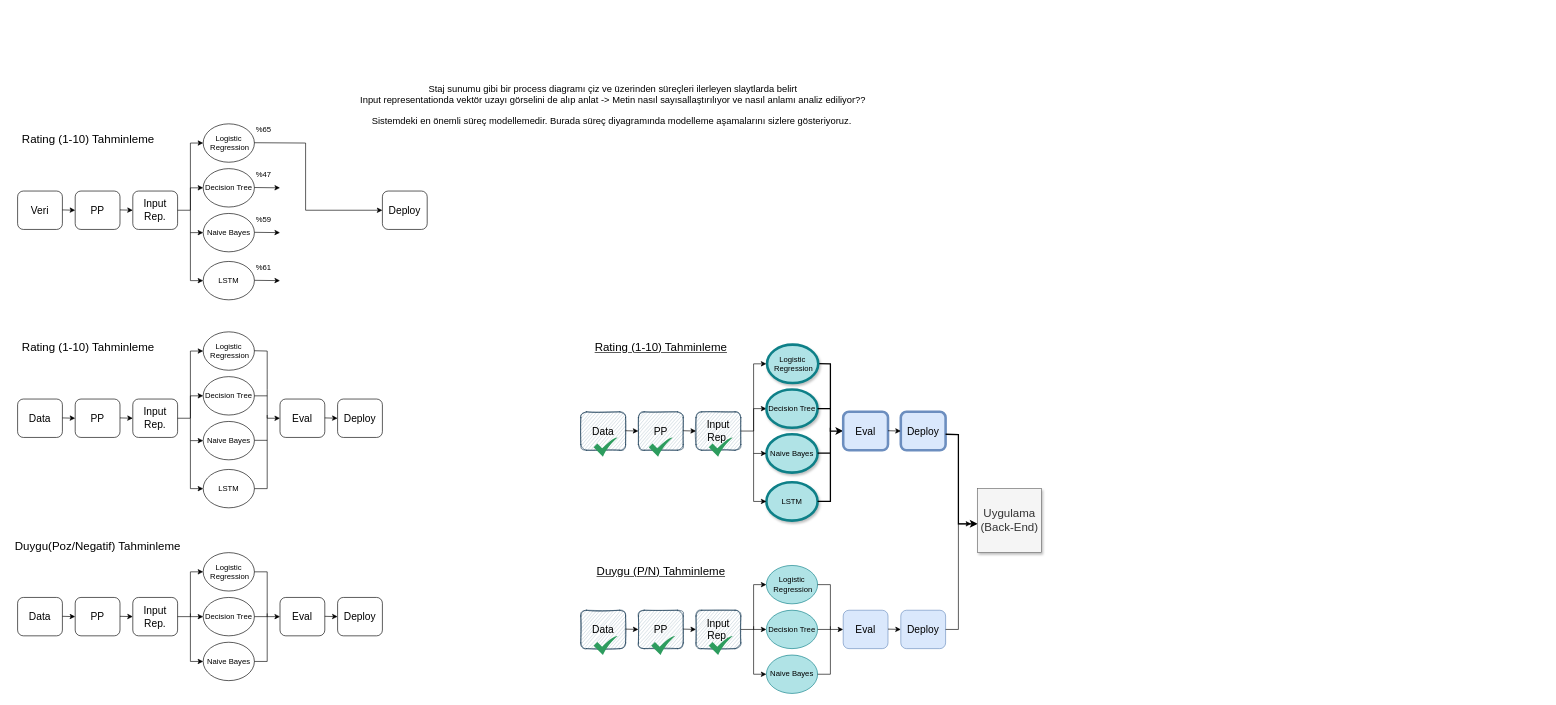
Before: gradProjectProcesses.drawio in EgehanEralp/diagrams, a draw.io diagram. Source tidied: cells renumbered, new cells numbered last; positions are measured from the earlier drawing's top-left corner, leaving out a move shared by most shapes. Both pictures are drawn from the tidied source at 64%, with x=0, y=0 at pixel (11, 85). Pictures stored in the file or linked from it are replaced by grey dashed boxes.
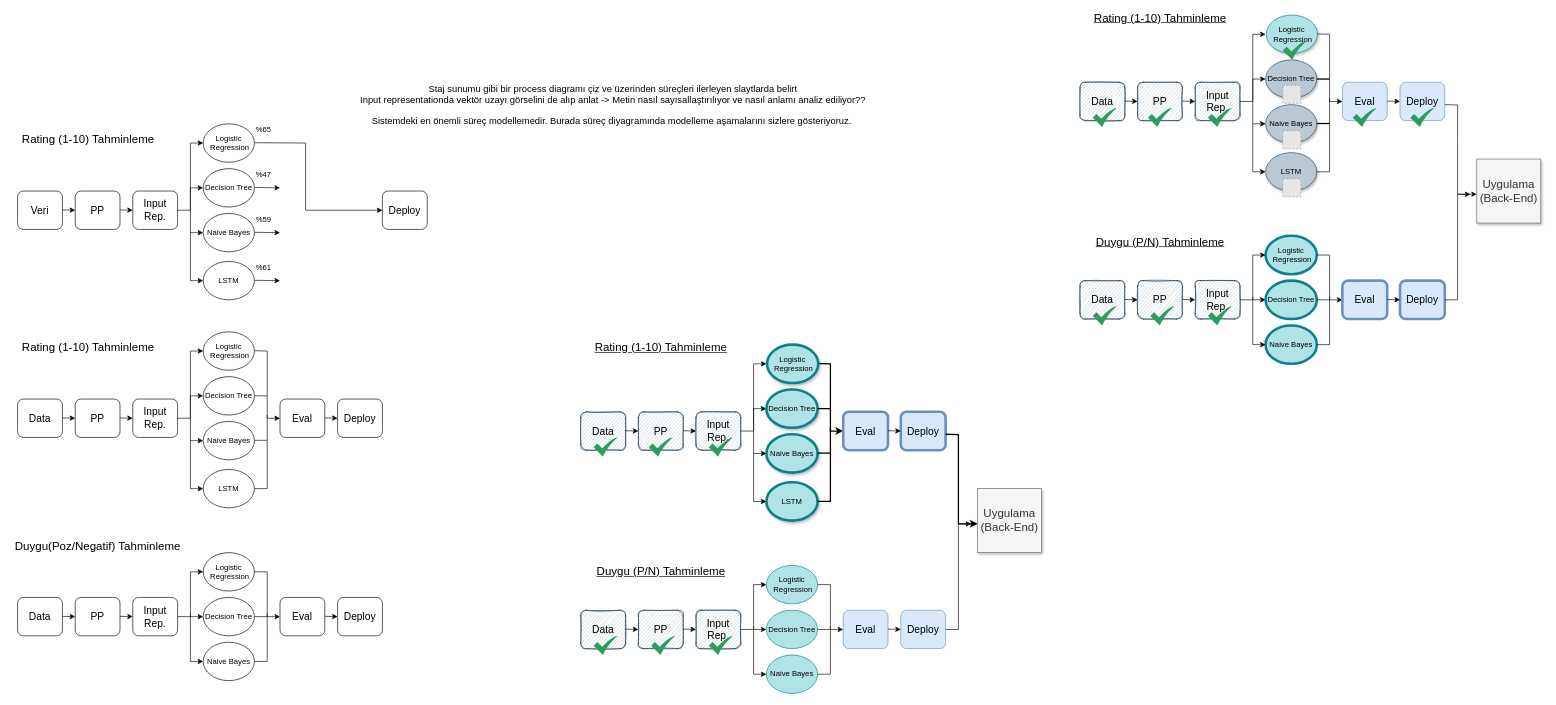
After the change.

What changed in the source:
```diff
@@
+    <mxCell id="113" value="&lt;font size=&quot;3&quot;&gt;Data&lt;/font&gt;" style="rounded=1;whiteSpace=wrap;html=1;fillColor=#bac8d3;sketch=1;strokeColor=#23445d;" parent="1" vertex="1">
+      <mxGeometry x="1670" y="-5" width="70" height="60" as="geometry" />
+    </mxCell>
+    <mxCell id="114" value="&lt;font size=&quot;3&quot;&gt;PP&lt;/font&gt;" style="rounded=1;whiteSpace=wrap;html=1;fillColor=#bac8d3;strokeColor=#23445d;sketch=1;" parent="1" vertex="1">
+      <mxGeometry x="1760" y="-5" width="70" height="60" as="geometry" />
+    </mxCell>
+    <mxCell id="115" value="&lt;font size=&quot;3&quot;&gt;Input Rep.&lt;/font&gt;" style="rounded=1;whiteSpace=wrap;html=1;fillColor=#bac8d3;strokeColor=#23445d;shadow=0;sketch=1;" parent="1" vertex="1">
+      <mxGeometry x="1850" y="-5" width="70" height="60" as="geometry" />
+    </mxCell>
+    <mxCell id="116" value="&lt;font style=&quot;font-size: 18px&quot;&gt;&lt;u&gt;Rating (1-10) Tahminleme&lt;/u&gt;&lt;/font&gt;" style="text;html=1;align=center;verticalAlign=middle;strokeColor=none;" parent="1" vertex="1">
+      <mxGeometry x="1685" y="-115" width="220" height="20" as="geometry" />
+    </mxCell>
+    <mxCell id="117" style="endArrow=classic;html=1;exitX=1;exitY=0.5;exitDx=0;exitDy=0;" parent="1" edge="1">
+      <mxGeometry relative="1" as="geometry">
+        <mxPoint x="1830" y="24.5" as="sourcePoint" />
+        <mxPoint x="1850" y="25" as="targetPoint" />
+      </mxGeometry>
+    </mxCell>
+    <mxCell id="118" style="endArrow=classic;html=1;exitX=1;exitY=0.5;exitDx=0;exitDy=0;" parent="1" edge="1">
+      <mxGeometry relative="1" as="geometry">
+        <mxPoint x="1740" y="24.5" as="sourcePoint" />
+        <mxPoint x="1760" y="25" as="targetPoint" />
+      </mxGeometry>
+    </mxCell>
+    <mxCell id="119" style="endArrow=classic;html=1;exitX=1;exitY=0.5;exitDx=0;exitDy=0;entryX=0;entryY=0.5;entryDx=0;entryDy=0;rounded=0;" parent="1" edge="1" target="120">
+      <mxGeometry relative="1" as="geometry">
+        <mxPoint x="1920" y="25" as="sourcePoint" />
+        <Array as="points">
+          <mxPoint x="1940" y="25" />
+          <mxPoint x="1940" y="-10" />
+        </Array>
+      </mxGeometry>
+    </mxCell>
+    <mxCell id="120" value="Decision Tree" style="ellipse;whiteSpace=wrap;html=1;fillColor=#bac8d3;strokeColor=#23445d;shadow=1;strokeWidth=1;perimeterSpacing=0;" parent="1" vertex="1">
+      <mxGeometry x="1960" y="-40" width="80" height="60" as="geometry" />
+    </mxCell>
+    <mxCell id="121" value="Naive Bayes" style="ellipse;whiteSpace=wrap;html=1;fillColor=#bac8d3;strokeColor=#23445d;shadow=1;strokeWidth=1;perimeterSpacing=0;" parent="1" vertex="1">
+      <mxGeometry x="1960" y="30" width="80" height="60" as="geometry" />
+    </mxCell>
+    <mxCell id="122" value="LSTM" style="ellipse;whiteSpace=wrap;html=1;fillColor=#bac8d3;strokeColor=#23445d;shadow=1;strokeWidth=1;perimeterSpacing=0;" parent="1" vertex="1">
+      <mxGeometry x="1960" y="105" width="80" height="60" as="geometry" />
+    </mxCell>
+    <mxCell id="123" style="endArrow=classic;html=1;entryX=0;entryY=0.5;entryDx=0;entryDy=0;" parent="1" edge="1" target="121">
+      <mxGeometry relative="1" as="geometry">
+        <mxPoint x="1940" y="60" as="sourcePoint" />
+      </mxGeometry>
+    </mxCell>
+    <mxCell id="124" style="endArrow=classic;html=1;entryX=0;entryY=0.5;entryDx=0;entryDy=0;rounded=0;" parent="1" edge="1" target="122">
+      <mxGeometry relative="1" as="geometry">
+        <mxPoint x="1940" y="25" as="sourcePoint" />
+        <Array as="points">
+          <mxPoint x="1940" y="135" />
+        </Array>
+      </mxGeometry>
+    </mxCell>
+    <mxCell id="125" style="endArrow=classic;html=1;rounded=0;entryX=0;entryY=0.5;entryDx=0;entryDy=0;" parent="1" edge="1">
+      <mxGeometry relative="1" as="geometry">
+        <mxPoint x="1940" y="25" as="sourcePoint" />
+        <mxPoint x="1960" y="-80" as="targetPoint" />
+        <Array as="points">
+          <mxPoint x="1940" y="-80" />
+        </Array>
+      </mxGeometry>
+    </mxCell>
+    <mxCell id="126" style="endArrow=classic;html=1;exitX=1;exitY=0.5;exitDx=0;exitDy=0;entryX=0;entryY=0.5;entryDx=0;entryDy=0;rounded=0;strokeWidth=1;" parent="1" edge="1" target="127">
+      <mxGeometry relative="1" as="geometry">
+        <mxPoint x="2040" y="-80.5" as="sourcePoint" />
+        <Array as="points">
+          <mxPoint x="2060" y="-80" />
+          <mxPoint x="2060" y="-20" />
+          <mxPoint x="2060" y="25" />
+        </Array>
+      </mxGeometry>
+    </mxCell>
+    <mxCell id="127" value="&lt;font size=&quot;3&quot;&gt;Eval&lt;/font&gt;" style="rounded=1;whiteSpace=wrap;html=1;fillColor=#dae8fc;strokeColor=#6c8ebf;strokeWidth=1;" parent="1" vertex="1">
+      <mxGeometry x="2080" y="-5" width="70" height="60" as="geometry" />
+    </mxCell>
+    <mxCell id="128" style="endArrow=none;html=1;exitX=1;exitY=0.5;exitDx=0;exitDy=0;strokeWidth=2;" parent="1" edge="1" source="120">
+      <mxGeometry relative="1" as="geometry">
+        <mxPoint x="2060" y="-10" as="targetPoint" />
+      </mxGeometry>
+    </mxCell>
+    <mxCell id="129" style="endArrow=none;html=1;exitX=1;exitY=0.5;exitDx=0;exitDy=0;rounded=0;strokeWidth=1;" parent="1" edge="1" source="122">
+      <mxGeometry relative="1" as="geometry">
+        <mxPoint x="2060" y="20" as="targetPoint" />
+        <Array as="points">
+          <mxPoint x="2060" y="135" />
+        </Array>
+      </mxGeometry>
+    </mxCell>
+    <mxCell id="130" style="endArrow=none;html=1;exitX=1;exitY=0.5;exitDx=0;exitDy=0;strokeWidth=2;" parent="1" edge="1">
+      <mxGeometry relative="1" as="geometry">
+        <mxPoint x="2040" y="59.5" as="sourcePoint" />
+        <mxPoint x="2060" y="59.5" as="targetPoint" />
+      </mxGeometry>
+    </mxCell>
+    <mxCell id="131" value="&lt;font size=&quot;3&quot;&gt;Deploy&lt;/font&gt;" style="rounded=1;whiteSpace=wrap;html=1;fillColor=#dae8fc;strokeColor=#6c8ebf;strokeWidth=1;" parent="1" vertex="1">
+      <mxGeometry x="2170" y="-5" width="70" height="60" as="geometry" />
+    </mxCell>
+    <mxCell id="132" style="endArrow=classic;html=1;exitX=1;exitY=0.5;exitDx=0;exitDy=0;" parent="1" edge="1">
+      <mxGeometry relative="1" as="geometry">
+        <mxPoint x="2150" y="24.5" as="sourcePoint" />
+        <mxPoint x="2170" y="25" as="targetPoint" />
+      </mxGeometry>
+    </mxCell>
+    <mxCell id="133" value="&lt;font size=&quot;3&quot;&gt;Data&lt;/font&gt;" style="rounded=1;whiteSpace=wrap;html=1;fillColor=#bac8d3;strokeColor=#23445d;shadow=0;sketch=1;" parent="1" vertex="1">
+      <mxGeometry x="1670" y="305" width="70" height="60" as="geometry" />
+    </mxCell>
+    <mxCell id="134" value="&lt;font size=&quot;3&quot;&gt;PP&lt;/font&gt;" style="rounded=1;whiteSpace=wrap;html=1;fillColor=#bac8d3;strokeColor=#23445d;shadow=0;sketch=1;" parent="1" vertex="1">
+      <mxGeometry x="1760" y="305" width="70" height="60" as="geometry" />
+    </mxCell>
+    <mxCell id="135" value="&lt;font size=&quot;3&quot;&gt;Input Rep.&lt;/font&gt;" style="rounded=1;whiteSpace=wrap;html=1;fillColor=#bac8d3;strokeColor=#23445d;shadow=0;sketch=1;" parent="1" vertex="1">
+      <mxGeometry x="1850" y="305" width="70" height="60" as="geometry" />
+    </mxCell>
+    <mxCell id="136" value="&lt;font style=&quot;font-size: 18px&quot;&gt;&lt;u&gt;Duygu (P/N) Tahminleme&lt;/u&gt;&lt;/font&gt;" style="text;html=1;align=center;verticalAlign=middle;strokeColor=none;" parent="1" vertex="1">
+      <mxGeometry x="1690" y="235" width="210" height="20" as="geometry" />
+    </mxCell>
+    <mxCell id="137" style="endArrow=classic;html=1;exitX=1;exitY=0.5;exitDx=0;exitDy=0;" parent="1" edge="1">
+      <mxGeometry relative="1" as="geometry">
+        <mxPoint x="1830" y="334.5" as="sourcePoint" />
+        <mxPoint x="1850" y="335" as="targetPoint" />
+      </mxGeometry>
+    </mxCell>
+    <mxCell id="138" style="endArrow=classic;html=1;exitX=1;exitY=0.5;exitDx=0;exitDy=0;" parent="1" edge="1">
+      <mxGeometry relative="1" as="geometry">
+        <mxPoint x="1740" y="334.5" as="sourcePoint" />
+        <mxPoint x="1760" y="335" as="targetPoint" />
+      </mxGeometry>
+    </mxCell>
+    <mxCell id="139" style="endArrow=classic;html=1;exitX=1;exitY=0.5;exitDx=0;exitDy=0;entryX=0;entryY=0.5;entryDx=0;entryDy=0;rounded=0;" parent="1" edge="1" target="140">
+      <mxGeometry relative="1" as="geometry">
+        <mxPoint x="1920" y="335" as="sourcePoint" />
+        <Array as="points">
+          <mxPoint x="1940" y="335" />
+        </Array>
+      </mxGeometry>
+    </mxCell>
+    <mxCell id="140" value="Decision Tree" style="ellipse;whiteSpace=wrap;html=1;fillColor=#b0e3e6;strokeColor=#0e8088;strokeWidth=4;" parent="1" vertex="1">
+      <mxGeometry x="1960" y="305" width="80" height="60" as="geometry" />
+    </mxCell>
+    <mxCell id="141" value="Naive Bayes" style="ellipse;whiteSpace=wrap;html=1;fillColor=#b0e3e6;strokeColor=#0e8088;strokeWidth=4;" parent="1" vertex="1">
+      <mxGeometry x="1960" y="375" width="80" height="60" as="geometry" />
+    </mxCell>
+    <mxCell id="142" value="Logistic &amp;nbsp;Regression" style="ellipse;whiteSpace=wrap;html=1;fillColor=#b0e3e6;strokeColor=#0e8088;strokeWidth=4;" parent="1" vertex="1">
+      <mxGeometry x="1960" y="235" width="80" height="60" as="geometry" />
+    </mxCell>
+    <mxCell id="143" style="endArrow=classic;html=1;entryX=0;entryY=0.5;entryDx=0;entryDy=0;rounded=0;" parent="1" edge="1" target="141">
+      <mxGeometry relative="1" as="geometry">
+        <mxPoint x="1940" y="330" as="sourcePoint" />
+        <Array as="points">
+          <mxPoint x="1940" y="405" />
+        </Array>
+      </mxGeometry>
+    </mxCell>
+    <mxCell id="144" style="endArrow=classic;html=1;rounded=0;entryX=0;entryY=0.5;entryDx=0;entryDy=0;" parent="1" edge="1" target="142">
+      <mxGeometry relative="1" as="geometry">
+        <mxPoint x="1940" y="335" as="sourcePoint" />
+        <Array as="points">
+          <mxPoint x="1940" y="265" />
+        </Array>
+      </mxGeometry>
+    </mxCell>
+    <mxCell id="145" style="endArrow=classic;html=1;exitX=1;exitY=0.5;exitDx=0;exitDy=0;entryX=0;entryY=0.5;entryDx=0;entryDy=0;rounded=0;" parent="1" edge="1" source="142" target="146">
+      <mxGeometry relative="1" as="geometry">
+        <Array as="points">
+          <mxPoint x="2060" y="265" />
+          <mxPoint x="2060" y="335" />
+        </Array>
+      </mxGeometry>
+    </mxCell>
+    <mxCell id="146" value="&lt;font size=&quot;3&quot;&gt;Eval&lt;/font&gt;" style="rounded=1;whiteSpace=wrap;html=1;fillColor=#dae8fc;strokeColor=#6c8ebf;strokeWidth=4;" parent="1" vertex="1">
+      <mxGeometry x="2080" y="305" width="70" height="60" as="geometry" />
+    </mxCell>
+    <mxCell id="147" style="endArrow=none;html=1;exitX=1;exitY=0.5;exitDx=0;exitDy=0;" parent="1" edge="1" source="140">
+      <mxGeometry relative="1" as="geometry">
+        <mxPoint x="2060" y="335" as="targetPoint" />
+      </mxGeometry>
+    </mxCell>
+    <mxCell id="148" style="endArrow=none;html=1;exitX=1;exitY=0.5;exitDx=0;exitDy=0;rounded=0;" parent="1" edge="1" source="141">
+      <mxGeometry relative="1" as="geometry">
+        <mxPoint x="2060" y="330" as="targetPoint" />
+        <Array as="points">
+          <mxPoint x="2060" y="405" />
+        </Array>
+      </mxGeometry>
+    </mxCell>
+    <mxCell id="149" value="&lt;font size=&quot;3&quot;&gt;Deploy&lt;/font&gt;" style="rounded=1;whiteSpace=wrap;html=1;fillColor=#dae8fc;strokeColor=#6c8ebf;strokeWidth=4;" parent="1" vertex="1">
+      <mxGeometry x="2170" y="305" width="70" height="60" as="geometry" />
+    </mxCell>
+    <mxCell id="150" style="endArrow=classic;html=1;exitX=1;exitY=0.5;exitDx=0;exitDy=0;" parent="1" edge="1">
+      <mxGeometry relative="1" as="geometry">
+        <mxPoint x="2150" y="334.5" as="sourcePoint" />
+        <mxPoint x="2170" y="335" as="targetPoint" />
+      </mxGeometry>
+    </mxCell>
+    <mxCell id="151" value="Logistic &amp;nbsp;Regression" style="ellipse;whiteSpace=wrap;html=1;fillColor=#b0e3e6;strokeColor=#0e8088;shadow=1;strokeWidth=1;perimeterSpacing=0;sketch=0;" parent="1" vertex="1">
+      <mxGeometry x="1961" y="-110" width="80" height="60" as="geometry" />
+    </mxCell>
+    <mxCell id="152" style="endArrow=classic;html=1;exitX=1;exitY=0.5;exitDx=0;exitDy=0;rounded=0;strokeWidth=1;" parent="1" edge="1">
+      <mxGeometry relative="1" as="geometry">
+        <mxPoint x="2240" y="30" as="sourcePoint" />
+        <mxPoint x="2290" y="170" as="targetPoint" />
+        <Array as="points">
+          <mxPoint x="2260" y="30.5" />
+          <mxPoint x="2260" y="90.5" />
+          <mxPoint x="2260" y="170" />
+        </Array>
+      </mxGeometry>
+    </mxCell>
+    <mxCell id="153" value="&lt;font style=&quot;font-size: 18px&quot;&gt;Uygulama (Back-End)&lt;/font&gt;" style="whiteSpace=wrap;html=1;fillColor=#f5f5f5;strokeColor=#666666;fontColor=#333333;glass=0;rounded=0;shadow=1;" parent="1" vertex="1">
+      <mxGeometry x="2290" y="115" width="100" height="100" as="geometry" />
+    </mxCell>
+    <mxCell id="154" style="endArrow=classic;html=1;exitX=1;exitY=0.5;exitDx=0;exitDy=0;rounded=0;" parent="1" edge="1" source="149">
+      <mxGeometry relative="1" as="geometry">
+        <mxPoint x="2280" y="170" as="targetPoint" />
+        <Array as="points">
+          <mxPoint x="2260" y="335" />
+          <mxPoint x="2260" y="170" />
+          <mxPoint x="2270" y="170" />
+        </Array>
+      </mxGeometry>
+    </mxCell>
+    <mxCell id="155" style="html=1;strokeColor=none;shadow=0;align=center;verticalAlign=top;fillColor=#2D9C5E;shape=mxgraph.gcp2.check;rounded=0;glass=0;sketch=0;" parent="1" vertex="1">
+      <mxGeometry x="1690" y="35" width="37.5" height="30" as="geometry" />
+    </mxCell>
+    <mxCell id="156" style="html=1;strokeColor=none;shadow=0;align=center;verticalAlign=top;fillColor=#2D9C5E;shape=mxgraph.gcp2.check;rounded=0;glass=0;sketch=0;" parent="1" vertex="1">
+      <mxGeometry x="1870" y="345" width="37.5" height="30" as="geometry" />
+    </mxCell>
+    <mxCell id="157" style="html=1;strokeColor=none;shadow=0;align=center;verticalAlign=top;fillColor=#2D9C5E;shape=mxgraph.gcp2.check;rounded=0;glass=0;sketch=0;" parent="1" vertex="1">
+      <mxGeometry x="1780" y="345" width="37.5" height="30" as="geometry" />
+    </mxCell>
+    <mxCell id="158" style="html=1;strokeColor=none;shadow=0;align=center;verticalAlign=top;fillColor=#2D9C5E;shape=mxgraph.gcp2.check;rounded=0;glass=0;sketch=0;" parent="1" vertex="1">
+      <mxGeometry x="1690" y="345" width="37.5" height="30" as="geometry" />
+    </mxCell>
+    <mxCell id="159" style="html=1;strokeColor=none;shadow=0;align=center;verticalAlign=top;fillColor=#2D9C5E;shape=mxgraph.gcp2.check;rounded=0;glass=0;sketch=0;" parent="1" vertex="1">
+      <mxGeometry x="1776.2" y="35" width="37.5" height="30" as="geometry" />
+    </mxCell>
+    <mxCell id="160" style="html=1;strokeColor=none;shadow=0;align=center;verticalAlign=top;fillColor=#2D9C5E;shape=mxgraph.gcp2.check;rounded=0;glass=0;sketch=0;" parent="1" vertex="1">
+      <mxGeometry x="1870" y="35" width="37.5" height="30" as="geometry" />
+    </mxCell>
+    <mxCell id="161" style="fillColor=#E6E6E6;strokeColor=#999999;dashed=1;html=1;verticalAlign=top;verticalLabelPosition=bottom;labelBackgroundColor=#ffffff;" parent="1" vertex="1">
+      <mxGeometry x="1987" y="146" width="28" height="28" as="geometry" />
+    </mxCell>
+    <mxCell id="162" style="fillColor=#E6E6E6;strokeColor=#999999;dashed=1;html=1;verticalAlign=top;verticalLabelPosition=bottom;labelBackgroundColor=#ffffff;" parent="1" vertex="1">
+      <mxGeometry x="1987" y="71" width="28" height="28" as="geometry" />
+    </mxCell>
+    <mxCell id="163" style="fillColor=#E6E6E6;strokeColor=#999999;dashed=1;html=1;verticalAlign=top;verticalLabelPosition=bottom;labelBackgroundColor=#ffffff;" parent="1" vertex="1">
+      <mxGeometry x="1987" width="28" height="28" as="geometry" />
+    </mxCell>
+    <mxCell id="164" style="html=1;strokeColor=none;shadow=0;align=center;verticalAlign=top;fillColor=#2D9C5E;shape=mxgraph.gcp2.check;rounded=0;glass=0;sketch=0;" parent="1" vertex="1">
+      <mxGeometry x="1987" y="-70" width="37.5" height="30" as="geometry" />
+    </mxCell>
+    <mxCell id="165" style="html=1;strokeColor=none;shadow=0;align=center;verticalAlign=top;fillColor=#2D9C5E;shape=mxgraph.gcp2.check;rounded=0;glass=0;sketch=0;" parent="1" vertex="1">
+      <mxGeometry x="2096.2" y="35" width="37.5" height="30" as="geometry" />
+    </mxCell>
+    <mxCell id="166" style="html=1;strokeColor=none;shadow=0;align=center;verticalAlign=top;fillColor=#2D9C5E;shape=mxgraph.gcp2.check;rounded=0;glass=0;sketch=0;" parent="1" vertex="1">
+      <mxGeometry x="2186.2" y="35" width="37.5" height="30" as="geometry" />
+    </mxCell>
```
